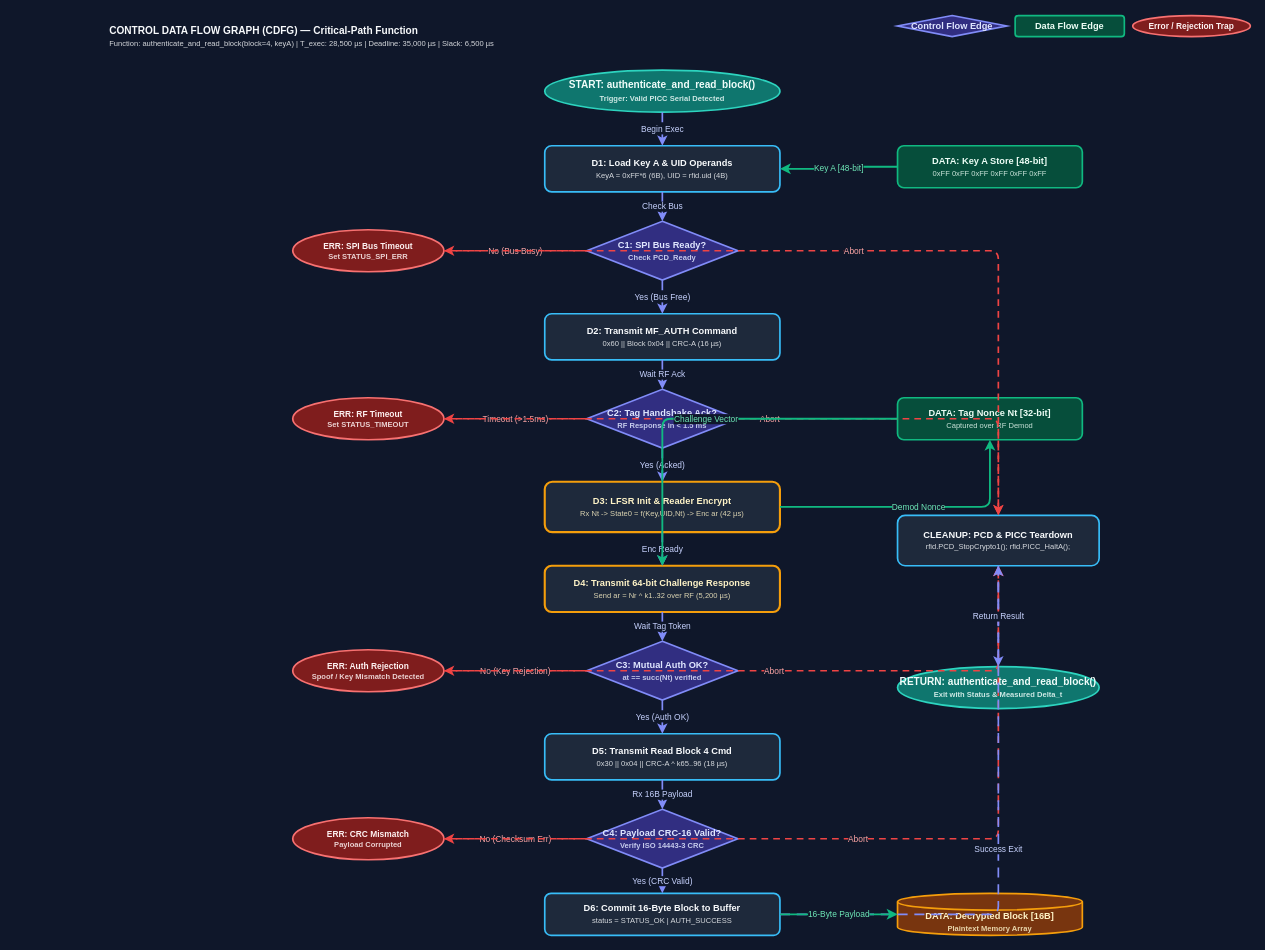
rajveermodi-design/esp32-nfc keeps this draw.io diagram as docs/diagrams/cdfg_authenticate_and_read.drawio. Above is the earlier version. Source tidied: cells renumbered, new cells numbered last; positions are measured from the earlier drawing's top-left corner, leaving out a move shared by most shapes. Both pictures are drawn from the tidied source at 84%, with x=0, y=0 at pixel (108, 15).
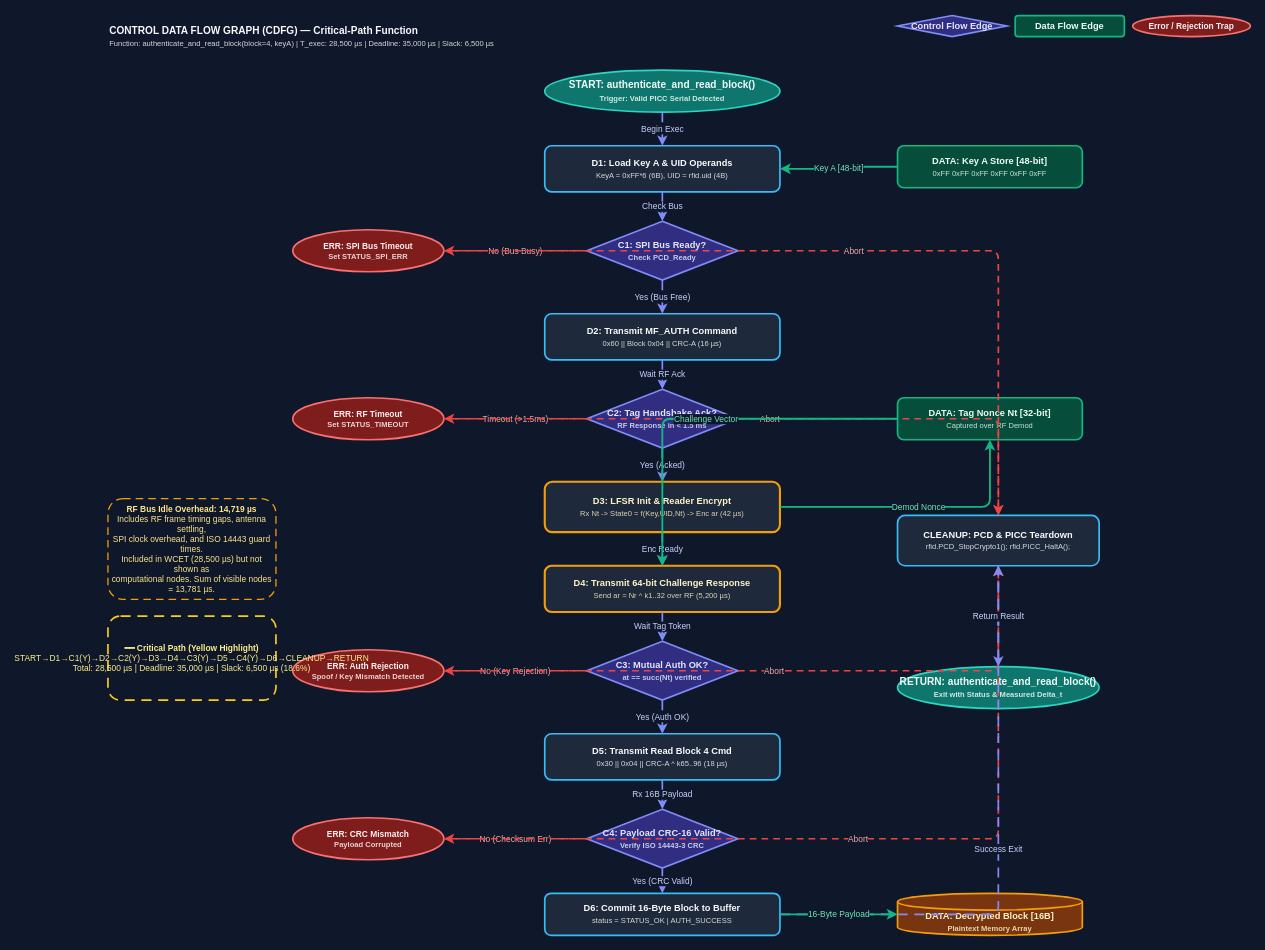
After the change.

Change to the diagram source:
```diff
@@
+    <mxCell id="50" value="&lt;b&gt;RF Bus Idle Overhead: 14,719 µs&lt;/b&gt;&lt;br/&gt;&lt;span style=&amp;#x27;font-size:9px;opacity:0.85;&amp;#x27;&gt;Includes RF frame timing gaps, antenna settling,&lt;br/&gt;SPI clock overhead, and ISO 14443 guard times.&lt;br/&gt;Included in WCET (28,500 µs) but not shown as&lt;br/&gt;computational nodes. Sum of visible nodes = 13,781 µs.&lt;/span&gt;" style="rounded=1;whiteSpace=wrap;html=1;fillColor=none;strokeColor=#f59e0b;strokeWidth=1.5;fontColor=#fde68a;fontStyle=0;fontSize=10;dashed=1;dashPattern=6 4;" parent="1" vertex="1">
+      <mxGeometry y="575" width="200" height="120" as="geometry" />
+    </mxCell>
+    <mxCell id="51" value="&lt;b&gt;━━ Critical Path (Yellow Highlight)&lt;/b&gt;&lt;br/&gt;&lt;span style=&amp;#x27;font-size:9px;opacity:0.85;&amp;#x27;&gt;START→D1→C1(Y)→D2→C2(Y)→D3→D4→C3(Y)→D5→C4(Y)→D6→CLEANUP→RETURN&lt;br/&gt;Total: 28,500 µs | Deadline: 35,000 µs | Slack: 6,500 µs (18.6%)&lt;/span&gt;" style="rounded=1;whiteSpace=wrap;html=1;fillColor=none;strokeColor=#facc15;strokeWidth=2;fontColor=#fef08a;fontStyle=0;fontSize=10;dashed=1;dashPattern=6 4;" parent="1" vertex="1">
+      <mxGeometry y="715" width="200" height="100" as="geometry" />
+    </mxCell>
```
